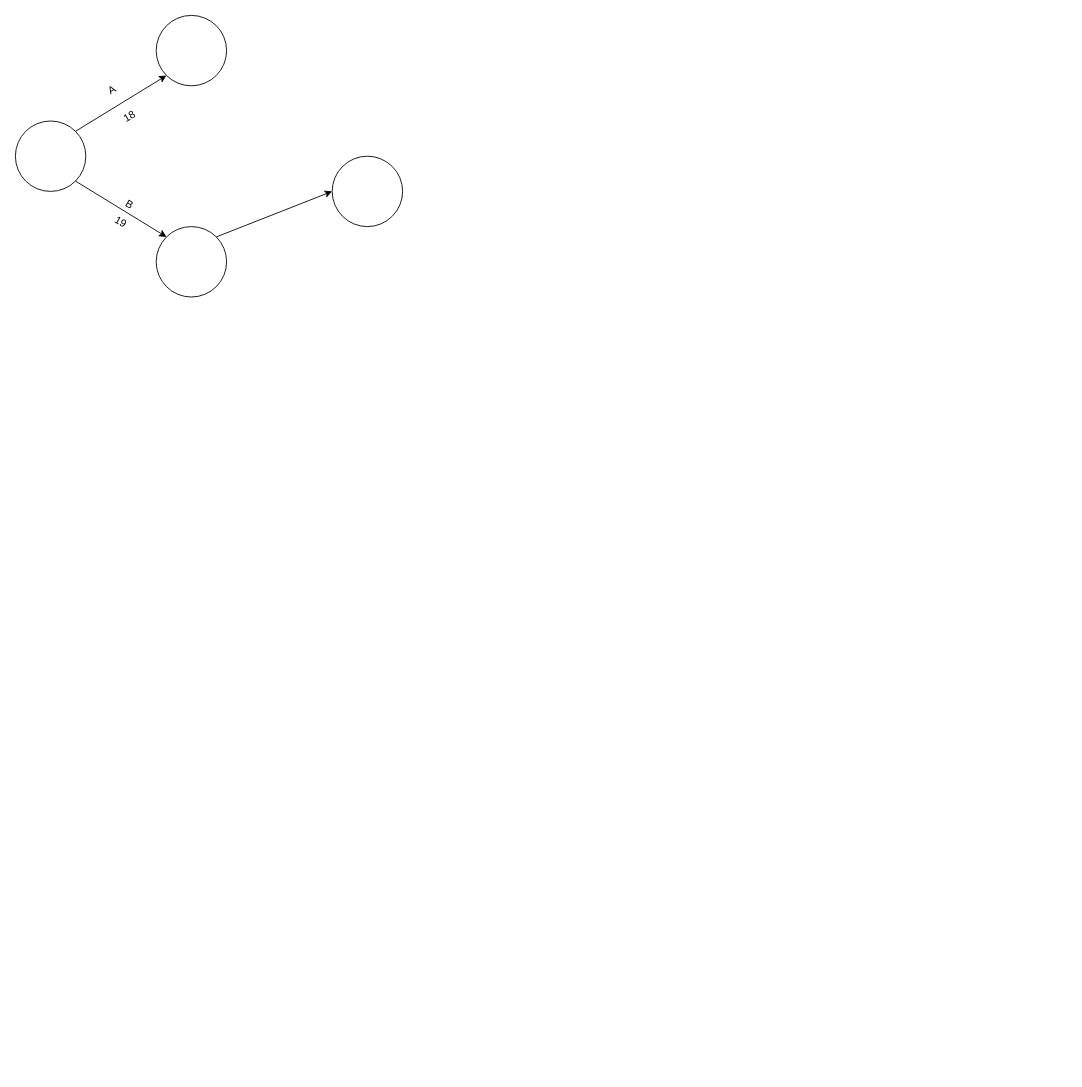
Before: UTS PTI.drawio in Suryzw/draw.io, a draw.io diagram. Source tidied: cells renumbered, new cells numbered last; positions are measured from the earlier drawing's top-left corner, leaving out a move shared by most shapes. Both pictures are drawn from the tidied source at 88%, with x=0, y=0 at pixel (15, 15).
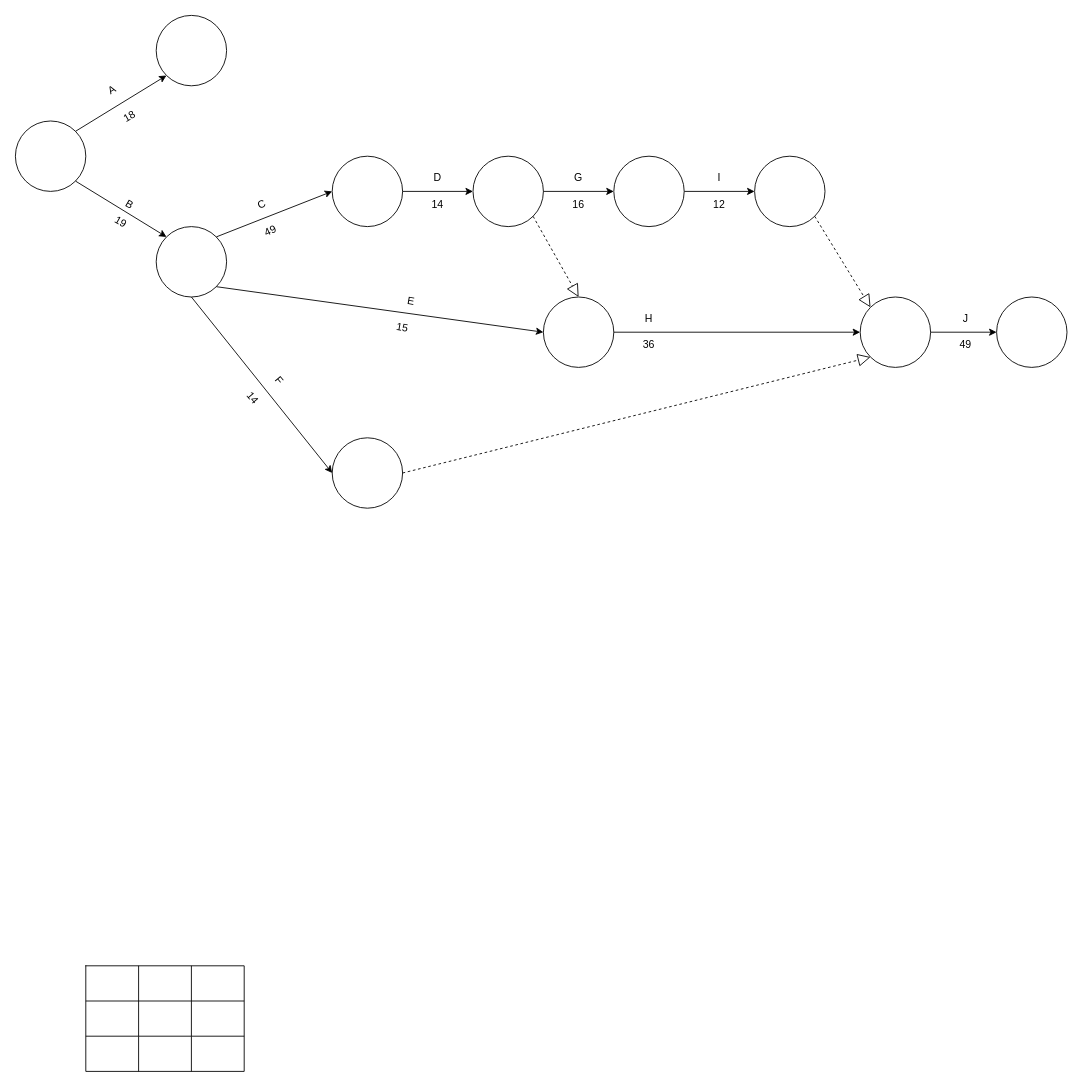
After the change.

The change refers to these unchanged cells:
```xml
<mxCell id="4" style="ellipse;whiteSpace=wrap;html=1;" parent="1" vertex="1">
  <mxGeometry x="160" y="240" width="80" height="80" as="geometry" />
</mxCell>
<mxCell id="8" style="ellipse;whiteSpace=wrap;html=1;" parent="1" vertex="1">
  <mxGeometry x="360" y="160" width="80" height="80" as="geometry" />
</mxCell>
```

Diff of the diagram source:
```diff
@@
+    <mxCell id="13" value="C" style="text;html=1;align=center;verticalAlign=middle;whiteSpace=wrap;rounded=0;rotation=-25;" parent="1" vertex="1">
+      <mxGeometry x="250" y="200" width="60" height="30" as="geometry" />
+    </mxCell>
+    <mxCell id="14" value="49" style="text;html=1;align=center;verticalAlign=middle;whiteSpace=wrap;rounded=0;rotation=-25;" parent="1" vertex="1">
+      <mxGeometry x="260" y="230" width="60" height="30" as="geometry" />
+    </mxCell>
+    <mxCell id="15" style="ellipse;whiteSpace=wrap;html=1;" parent="1" vertex="1">
+      <mxGeometry x="520" y="160" width="80" height="80" as="geometry" />
+    </mxCell>
+    <mxCell id="16" style="endArrow=classic;html=1;exitX=1;exitY=0.5;exitDx=0;exitDy=0;entryX=0;entryY=0.5;entryDx=0;entryDy=0;" parent="1" edge="1" source="8" target="15">
+      <mxGeometry relative="1" as="geometry" />
+    </mxCell>
+    <mxCell id="17" value="D" style="text;html=1;align=center;verticalAlign=middle;whiteSpace=wrap;rounded=0;rotation=0;" parent="1" vertex="1">
+      <mxGeometry x="450" y="170" width="60" height="30" as="geometry" />
+    </mxCell>
+    <mxCell id="18" value="14" style="text;html=1;align=center;verticalAlign=middle;whiteSpace=wrap;rounded=0;rotation=0;" parent="1" vertex="1">
+      <mxGeometry x="450" y="200" width="60" height="30" as="geometry" />
+    </mxCell>
+    <mxCell id="19" style="ellipse;whiteSpace=wrap;html=1;" parent="1" vertex="1">
+      <mxGeometry x="600" y="320" width="80" height="80" as="geometry" />
+    </mxCell>
+    <mxCell id="20" style="endArrow=classic;html=1;exitX=1;exitY=1;exitDx=0;exitDy=0;entryX=0;entryY=0.5;entryDx=0;entryDy=0;" parent="1" edge="1" source="4" target="19">
+      <mxGeometry relative="1" as="geometry" />
+    </mxCell>
+    <mxCell id="21" value="E" style="text;html=1;align=center;verticalAlign=middle;whiteSpace=wrap;rounded=0;rotation=10;" parent="1" vertex="1">
+      <mxGeometry x="420" y="310" width="60" height="30" as="geometry" />
+    </mxCell>
+    <mxCell id="22" value="15" style="text;html=1;align=center;verticalAlign=middle;whiteSpace=wrap;rounded=0;rotation=10;" parent="1" vertex="1">
+      <mxGeometry x="410" y="340" width="60" height="30" as="geometry" />
+    </mxCell>
+    <mxCell id="23" style="ellipse;whiteSpace=wrap;html=1;" parent="1" vertex="1">
+      <mxGeometry x="360" y="480" width="80" height="80" as="geometry" />
+    </mxCell>
+    <mxCell id="24" style="endArrow=classic;html=1;exitX=0.5;exitY=1;exitDx=0;exitDy=0;entryX=0;entryY=0.5;entryDx=0;entryDy=0;" parent="1" edge="1" source="4" target="23">
+      <mxGeometry relative="1" as="geometry" />
+    </mxCell>
+    <mxCell id="25" value="F" style="text;html=1;align=center;verticalAlign=middle;whiteSpace=wrap;rounded=0;rotation=50;" parent="1" vertex="1">
+      <mxGeometry x="270" y="400" width="60" height="30" as="geometry" />
+    </mxCell>
+    <mxCell id="26" value="14" style="text;html=1;align=center;verticalAlign=middle;whiteSpace=wrap;rounded=0;rotation=50;" parent="1" vertex="1">
+      <mxGeometry x="240" y="420" width="60" height="30" as="geometry" />
+    </mxCell>
+    <mxCell id="27" style="edgeStyle=orthogonalEdgeStyle;jettySize=auto;html=1;entryX=0;entryY=0.5;entryDx=0;entryDy=0;" parent="1" edge="1" source="28" target="38">
+      <mxGeometry relative="1" as="geometry" />
+    </mxCell>
+    <mxCell id="28" style="ellipse;whiteSpace=wrap;html=1;" parent="1" vertex="1">
+      <mxGeometry x="680" y="160" width="80" height="80" as="geometry" />
+    </mxCell>
+    <mxCell id="29" style="endArrow=classic;html=1;exitX=1;exitY=0.5;exitDx=0;exitDy=0;entryX=0;entryY=0.5;entryDx=0;entryDy=0;" parent="1" edge="1" source="15" target="28">
+      <mxGeometry relative="1" as="geometry" />
+    </mxCell>
+    <mxCell id="30" value="G" style="text;html=1;align=center;verticalAlign=middle;whiteSpace=wrap;rounded=0;rotation=0;" parent="1" vertex="1">
+      <mxGeometry x="610" y="170" width="60" height="30" as="geometry" />
+    </mxCell>
+    <mxCell id="31" value="16" style="text;html=1;align=center;verticalAlign=middle;whiteSpace=wrap;rounded=0;rotation=0;" parent="1" vertex="1">
+      <mxGeometry x="610" y="200" width="60" height="30" as="geometry" />
+    </mxCell>
+    <mxCell id="32" style="endArrow=block;dashed=1;endFill=0;endSize=12;html=1;exitX=1;exitY=1;exitDx=0;exitDy=0;entryX=0.5;entryY=0;entryDx=0;entryDy=0;" parent="1" edge="1" source="15" target="19">
+      <mxGeometry relative="1" as="geometry" />
+    </mxCell>
+    <mxCell id="33" style="edgeStyle=orthogonalEdgeStyle;jettySize=auto;html=1;entryX=0;entryY=0.5;entryDx=0;entryDy=0;" parent="1" edge="1" source="34" target="43">
+      <mxGeometry relative="1" as="geometry" />
+    </mxCell>
+    <mxCell id="34" style="ellipse;whiteSpace=wrap;html=1;" parent="1" vertex="1">
+      <mxGeometry x="960" y="320" width="80" height="80" as="geometry" />
+    </mxCell>
+    <mxCell id="35" style="endArrow=classic;html=1;exitX=1;exitY=0.5;exitDx=0;exitDy=0;entryX=0;entryY=0.5;entryDx=0;entryDy=0;" parent="1" edge="1" source="19" target="34">
+      <mxGeometry relative="1" as="geometry" />
+    </mxCell>
+    <mxCell id="36" value="H" style="text;html=1;align=center;verticalAlign=middle;whiteSpace=wrap;rounded=0;rotation=0;" parent="1" vertex="1">
+      <mxGeometry x="690" y="330" width="60" height="30" as="geometry" />
+    </mxCell>
+    <mxCell id="37" value="36" style="text;html=1;align=center;verticalAlign=middle;whiteSpace=wrap;rounded=0;rotation=0;" parent="1" vertex="1">
+      <mxGeometry x="690" y="360" width="60" height="30" as="geometry" />
+    </mxCell>
+    <mxCell id="38" style="ellipse;whiteSpace=wrap;html=1;" parent="1" vertex="1">
+      <mxGeometry x="840" y="160" width="80" height="80" as="geometry" />
+    </mxCell>
+    <mxCell id="39" value="I" style="text;html=1;align=center;verticalAlign=middle;whiteSpace=wrap;rounded=0;rotation=0;" parent="1" vertex="1">
+      <mxGeometry x="770" y="170" width="60" height="30" as="geometry" />
+    </mxCell>
+    <mxCell id="40" value="12" style="text;html=1;align=center;verticalAlign=middle;whiteSpace=wrap;rounded=0;rotation=0;" parent="1" vertex="1">
+      <mxGeometry x="770" y="200" width="60" height="30" as="geometry" />
+    </mxCell>
+    <mxCell id="41" style="endArrow=block;dashed=1;endFill=0;endSize=12;html=1;exitX=1;exitY=1;exitDx=0;exitDy=0;entryX=0;entryY=0;entryDx=0;entryDy=0;" parent="1" edge="1" source="38" target="34">
+      <mxGeometry relative="1" as="geometry" />
+    </mxCell>
+    <mxCell id="42" style="endArrow=block;dashed=1;endFill=0;endSize=12;html=1;entryX=0;entryY=1;entryDx=0;entryDy=0;exitX=1;exitY=0.5;exitDx=0;exitDy=0;" parent="1" edge="1" source="23" target="34">
+      <mxGeometry relative="1" as="geometry" />
+    </mxCell>
+    <mxCell id="43" style="ellipse;whiteSpace=wrap;html=1;" parent="1" vertex="1">
+      <mxGeometry x="1115" y="320" width="80" height="80" as="geometry" />
+    </mxCell>
+    <mxCell id="44" value="J" style="text;html=1;align=center;verticalAlign=middle;whiteSpace=wrap;rounded=0;rotation=0;" parent="1" vertex="1">
+      <mxGeometry x="1050" y="330" width="60" height="30" as="geometry" />
+    </mxCell>
+    <mxCell id="45" value="49" style="text;html=1;align=center;verticalAlign=middle;whiteSpace=wrap;rounded=0;rotation=0;" parent="1" vertex="1">
+      <mxGeometry x="1050" y="360" width="60" height="30" as="geometry" />
+    </mxCell>
+    <mxCell id="46" style="shape=table;startSize=0;childLayout=tableLayout;fontSize=16;" parent="1" vertex="1">
+      <mxGeometry x="80" y="1080" width="180" height="120" as="geometry" />
+    </mxCell>
+    <mxCell id="47" style="shape=tableRow;horizontal=0;startSize=0;swimlaneHead=0;swimlaneBody=0;strokeColor=inherit;top=0;left=0;bottom=0;right=0;fillColor=none;fontSize=16;" parent="46" vertex="1">
+      <mxGeometry width="180" height="40" as="geometry" />
+    </mxCell>
+    <mxCell id="48" style="shape=partialRectangle;html=1;whiteSpace=wrap;strokeColor=inherit;overflow=hidden;fillColor=none;top=0;left=0;bottom=0;right=0;fontSize=16;" parent="47" vertex="1">
+      <mxGeometry width="60" height="40" as="geometry" />
+    </mxCell>
+    <mxCell id="49" style="shape=partialRectangle;html=1;whiteSpace=wrap;strokeColor=inherit;overflow=hidden;fillColor=none;top=0;left=0;bottom=0;right=0;fontSize=16;" parent="47" vertex="1">
+      <mxGeometry x="60" width="60" height="40" as="geometry" />
+    </mxCell>
+    <mxCell id="50" style="shape=partialRectangle;html=1;whiteSpace=wrap;strokeColor=inherit;overflow=hidden;fillColor=none;top=0;left=0;bottom=0;right=0;fontSize=16;" parent="47" vertex="1">
+      <mxGeometry x="120" width="60" height="40" as="geometry" />
+    </mxCell>
+    <mxCell id="51" style="shape=tableRow;horizontal=0;startSize=0;swimlaneHead=0;swimlaneBody=0;strokeColor=inherit;top=0;left=0;bottom=0;right=0;fillColor=none;fontSize=16;" parent="46" vertex="1">
+      <mxGeometry y="40" width="180" height="40" as="geometry" />
+    </mxCell>
+    <mxCell id="52" style="shape=partialRectangle;html=1;whiteSpace=wrap;strokeColor=inherit;overflow=hidden;fillColor=none;top=0;left=0;bottom=0;right=0;fontSize=16;" parent="51" vertex="1">
+      <mxGeometry width="60" height="40" as="geometry" />
+    </mxCell>
+    <mxCell id="53" style="shape=partialRectangle;html=1;whiteSpace=wrap;strokeColor=inherit;overflow=hidden;fillColor=none;top=0;left=0;bottom=0;right=0;fontSize=16;" parent="51" vertex="1">
+      <mxGeometry x="60" width="60" height="40" as="geometry" />
+    </mxCell>
+    <mxCell id="54" style="shape=partialRectangle;html=1;whiteSpace=wrap;strokeColor=inherit;overflow=hidden;fillColor=none;top=0;left=0;bottom=0;right=0;fontSize=16;" parent="51" vertex="1">
+      <mxGeometry x="120" width="60" height="40" as="geometry" />
+    </mxCell>
+    <mxCell id="55" style="shape=tableRow;horizontal=0;startSize=0;swimlaneHead=0;swimlaneBody=0;strokeColor=inherit;top=0;left=0;bottom=0;right=0;fillColor=none;fontSize=16;" parent="46" vertex="1">
+      <mxGeometry y="80" width="180" height="40" as="geometry" />
+    </mxCell>
+    <mxCell id="56" style="shape=partialRectangle;html=1;whiteSpace=wrap;strokeColor=inherit;overflow=hidden;fillColor=none;top=0;left=0;bottom=0;right=0;fontSize=16;" parent="55" vertex="1">
+      <mxGeometry width="60" height="40" as="geometry" />
+    </mxCell>
+    <mxCell id="57" style="shape=partialRectangle;html=1;whiteSpace=wrap;strokeColor=inherit;overflow=hidden;fillColor=none;top=0;left=0;bottom=0;right=0;fontSize=16;" parent="55" vertex="1">
+      <mxGeometry x="60" width="60" height="40" as="geometry" />
+    </mxCell>
+    <mxCell id="58" style="shape=partialRectangle;html=1;whiteSpace=wrap;strokeColor=inherit;overflow=hidden;fillColor=none;top=0;left=0;bottom=0;right=0;fontSize=16;" parent="55" vertex="1">
+      <mxGeometry x="120" width="60" height="40" as="geometry" />
+    </mxCell>
```
